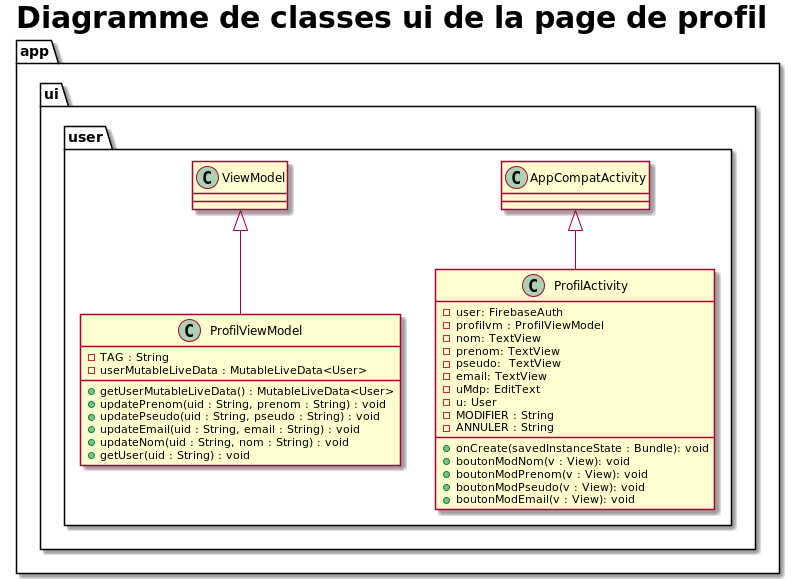
Earlier version of the PlantUML export app/docs/asciidoc/images/modelui9.png (SefkanTas/Sonofy). Its diagram source:
```plantuml
@startuml modelui9
title <size:30><b>Diagramme de classes ui de la page de profil</b></size>

package app{

  package ui{

        package user{

                class ProfilActivity extends AppCompatActivity{
                        - user: FirebaseAuth
                        - profilvm : ProfilViewModel
                        - nom: TextView
                        - prenom: TextView
                        - pseudo:  TextView
                        - email: TextView
                        - uMdp: EditText
                        - u: User
                        - MODIFIER : String
                        - ANNULER : String

                        + onCreate(savedInstanceState : Bundle): void
                        + boutonModNom(v : View): void
                        + boutonModPrenom(v : View): void
                        + boutonModPseudo(v : View): void
                        + boutonModEmail(v : View): void
                }

                class ProfilViewModel extends ViewModel{
                        - TAG : String
                        - userMutableLiveData : MutableLiveData<User>

                        + getUserMutableLiveData() : MutableLiveData<User>
                        + updatePrenom(uid : String, prenom : String) : void
                        + updatePseudo(uid : String, pseudo : String) : void
                        + updateEmail(uid : String, email : String) : void
                        + updateNom(uid : String, nom : String) : void
                        + getUser(uid : String) : void
                }
            }
        }
  }
@enduml
```
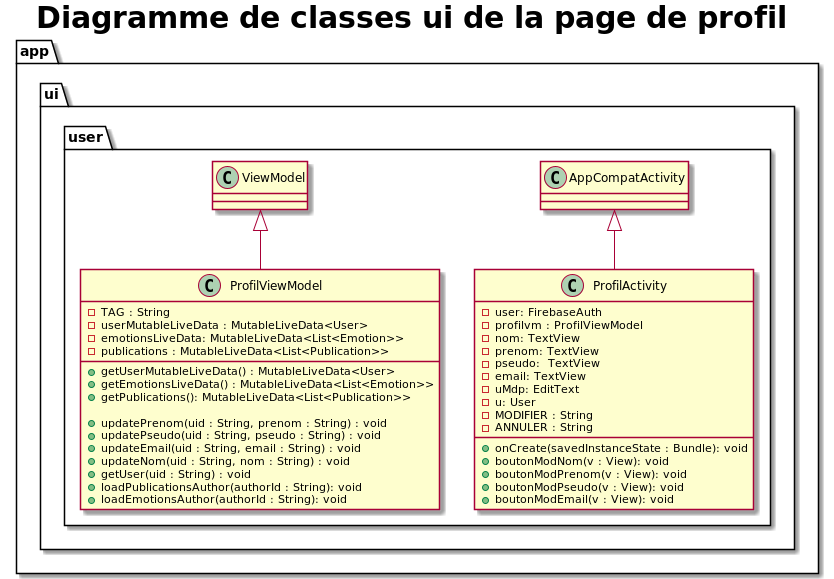
Later version of the same file.

Diff of the diagram source:
```diff
@@ -29,13 +29,20 @@
                 class ProfilViewModel extends ViewModel{
                         - TAG : String
                         - userMutableLiveData : MutableLiveData<User>
+                        - emotionsLiveData: MutableLiveData<List<Emotion>>
+                        - publications : MutableLiveData<List<Publication>>
 
                         + getUserMutableLiveData() : MutableLiveData<User>
+                        + getEmotionsLiveData() : MutableLiveData<List<Emotion>>
+                        + getPublications(): MutableLiveData<List<Publication>>
+
                         + updatePrenom(uid : String, prenom : String) : void
                         + updatePseudo(uid : String, pseudo : String) : void
                         + updateEmail(uid : String, email : String) : void
                         + updateNom(uid : String, nom : String) : void
                         + getUser(uid : String) : void
+                        + loadPublicationsAuthor(authorId : String): void
+                        + loadEmotionsAuthor(authorId : String): void
                 }
             }
         }
```
